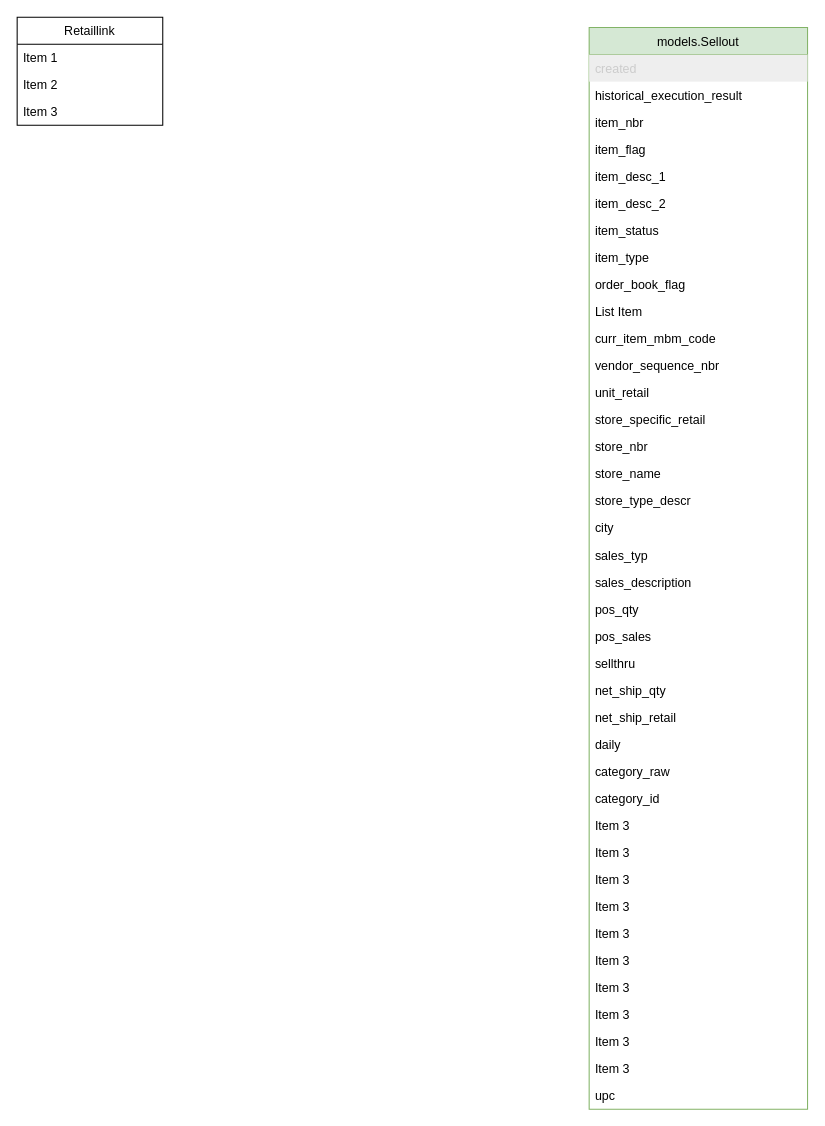
Above: Data fields.drawio in misaelnieto/chale (draw.io), before the change. Source tidied: cells renumbered, new cells numbered last; positions are measured from the earlier drawing's top-left corner, leaving out a move shared by most shapes. Both pictures are drawn from the tidied source at 104%, with x=0, y=0 at pixel (17, 17).
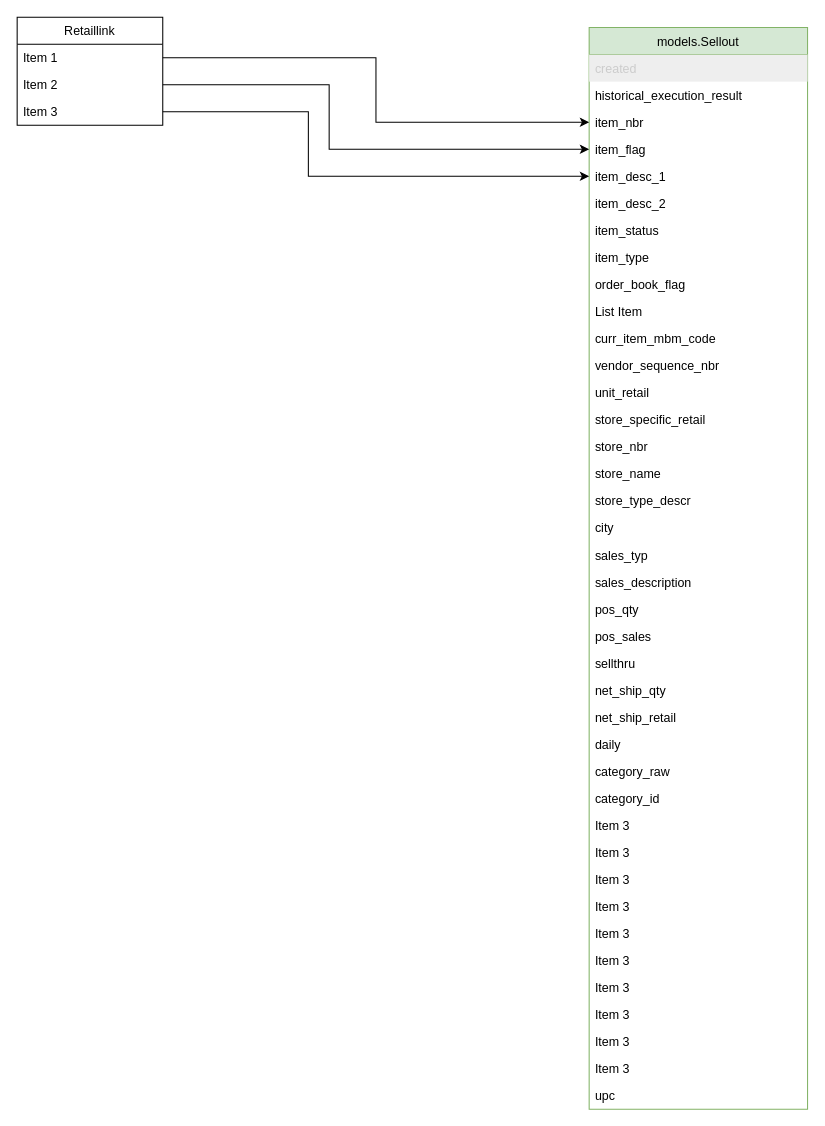
Above is the later version.

The change refers to these unchanged cells:
```xml
<mxCell id="5" value="item_nbr" style="text;strokeColor=none;fillColor=none;align=left;verticalAlign=top;spacingLeft=4;spacingRight=4;overflow=hidden;points=[[0,0.5],[1,0.5]];portConstraint=eastwest;" parent="2" vertex="1">
  <mxGeometry y="78" width="210" height="26" as="geometry" />
</mxCell>
<mxCell id="6" value="item_flag" style="text;strokeColor=none;fillColor=none;align=left;verticalAlign=top;spacingLeft=4;spacingRight=4;overflow=hidden;points=[[0,0.5],[1,0.5]];portConstraint=eastwest;" parent="2" vertex="1">
  <mxGeometry y="104" width="210" height="26" as="geometry" />
</mxCell>
<mxCell id="7" value="item_desc_1&#10;" style="text;strokeColor=none;fillColor=none;align=left;verticalAlign=top;spacingLeft=4;spacingRight=4;overflow=hidden;points=[[0,0.5],[1,0.5]];portConstraint=eastwest;" parent="2" vertex="1">
  <mxGeometry y="130" width="210" height="26" as="geometry" />
</mxCell>
<mxCell id="43" value="Item 1" style="text;strokeColor=none;fillColor=none;align=left;verticalAlign=top;spacingLeft=4;spacingRight=4;overflow=hidden;points=[[0,0.5],[1,0.5]];portConstraint=eastwest;perimeter=ellipsePerimeter;" parent="42" vertex="1">
  <mxGeometry y="26" width="140" height="26" as="geometry" />
</mxCell>
<mxCell id="44" value="Item 2" style="text;strokeColor=none;fillColor=none;align=left;verticalAlign=top;spacingLeft=4;spacingRight=4;overflow=hidden;points=[[0,0.5],[1,0.5]];portConstraint=eastwest;" parent="42" vertex="1">
  <mxGeometry y="52" width="140" height="26" as="geometry" />
</mxCell>
<mxCell id="45" value="Item 3" style="text;strokeColor=none;fillColor=none;align=left;verticalAlign=top;spacingLeft=4;spacingRight=4;overflow=hidden;points=[[0,0.5],[1,0.5]];portConstraint=eastwest;" parent="42" vertex="1">
  <mxGeometry y="78" width="140" height="26" as="geometry" />
</mxCell>
```

Change to the diagram source:
```diff
@@
+    <mxCell id="46" style="edgeStyle=orthogonalEdgeStyle;rounded=0;jettySize=auto;html=1;fontColor=#CCCCCC;" parent="1" edge="1" source="43" target="5">
+      <mxGeometry relative="1" as="geometry" />
+    </mxCell>
+    <mxCell id="47" style="edgeStyle=elbowEdgeStyle;rounded=0;jettySize=auto;html=1;entryX=0;entryY=0.5;entryDx=0;entryDy=0;fontColor=#CCCCCC;" parent="1" edge="1" source="45" target="7">
+      <mxGeometry relative="1" as="geometry">
+        <Array as="points">
+          <mxPoint x="280" y="130" />
+        </Array>
+      </mxGeometry>
+    </mxCell>
@@
+    <mxCell id="48" style="edgeStyle=elbowEdgeStyle;rounded=0;jettySize=auto;html=1;fontColor=#CCCCCC;" parent="1" edge="1" source="44" target="6">
+      <mxGeometry relative="1" as="geometry">
+        <Array as="points">
+          <mxPoint x="300" y="100" />
+        </Array>
+      </mxGeometry>
+    </mxCell>
```
